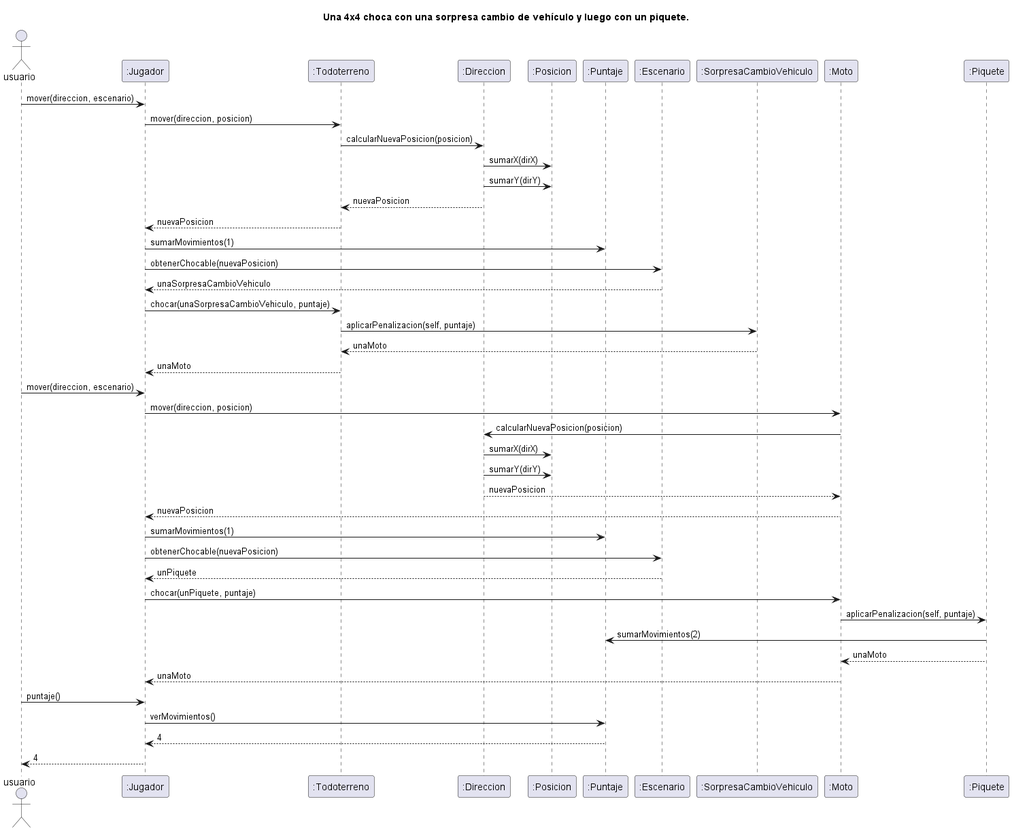
This is diagrams/sequences/todoterreno_choca_cambio_vehiculo_piquete.png from NestorPala/T17-GPSChallenge, a PlantUML export, as it was before one commit. Its source is kept beside it as diagrams/sequences/todoterreno_choca_cambio_vehiculo_piquete.puml. The source it was exported from:
```plantuml
@startuml
title Una 4x4 choca con una sorpresa cambio de vehículo y luego con un piquete.
Actor usuario

"usuario" -> ":Jugador": mover(direccion, escenario)
":Jugador" -> ":Todoterreno": mover(direccion, posicion)
":Todoterreno" -> ":Direccion": calcularNuevaPosicion(posicion)
":Direccion" -> ":Posicion": sumarX(dirX)
":Direccion" -> ":Posicion": sumarY(dirY)
":Direccion" --> ":Todoterreno": nuevaPosicion
":Todoterreno" --> ":Jugador": nuevaPosicion
":Jugador" -> ":Puntaje": sumarMovimientos(1)
":Jugador" -> ":Escenario": obtenerChocable(nuevaPosicion)
":Escenario" --> ":Jugador": unaSorpresaCambioVehiculo
":Jugador" -> ":Todoterreno": chocar(unaSorpresaCambioVehiculo, puntaje)
":Todoterreno" -> ":SorpresaCambioVehiculo": aplicarPenalizacion(self, puntaje)
":SorpresaCambioVehiculo" --> ":Todoterreno" : unaMoto
":Todoterreno" --> ":Jugador" : unaMoto

"usuario" -> ":Jugador": mover(direccion, escenario)
":Jugador" -> ":Moto": mover(direccion, posicion)
":Moto" -> ":Direccion": calcularNuevaPosicion(posicion)
":Direccion" -> ":Posicion": sumarX(dirX)
":Direccion" -> ":Posicion": sumarY(dirY)
":Direccion" --> ":Moto": nuevaPosicion
":Moto" --> ":Jugador": nuevaPosicion
":Jugador" -> ":Puntaje": sumarMovimientos(1)
":Jugador" -> ":Escenario": obtenerChocable(nuevaPosicion)
":Escenario" --> ":Jugador": unPiquete
":Jugador" -> ":Moto": chocar(unPiquete, puntaje)
":Moto" -> ":Piquete": aplicarPenalizacion(self, puntaje)
":Piquete" -> ":Puntaje" : sumarMovimientos(2)
":Piquete" --> ":Moto" : unaMoto
":Moto" --> ":Jugador" : unaMoto

"usuario" -> ":Jugador": puntaje()
":Jugador" -> ":Puntaje": verMovimientos()
return 4
":Jugador" --> "usuario" : 4

@enduml
```
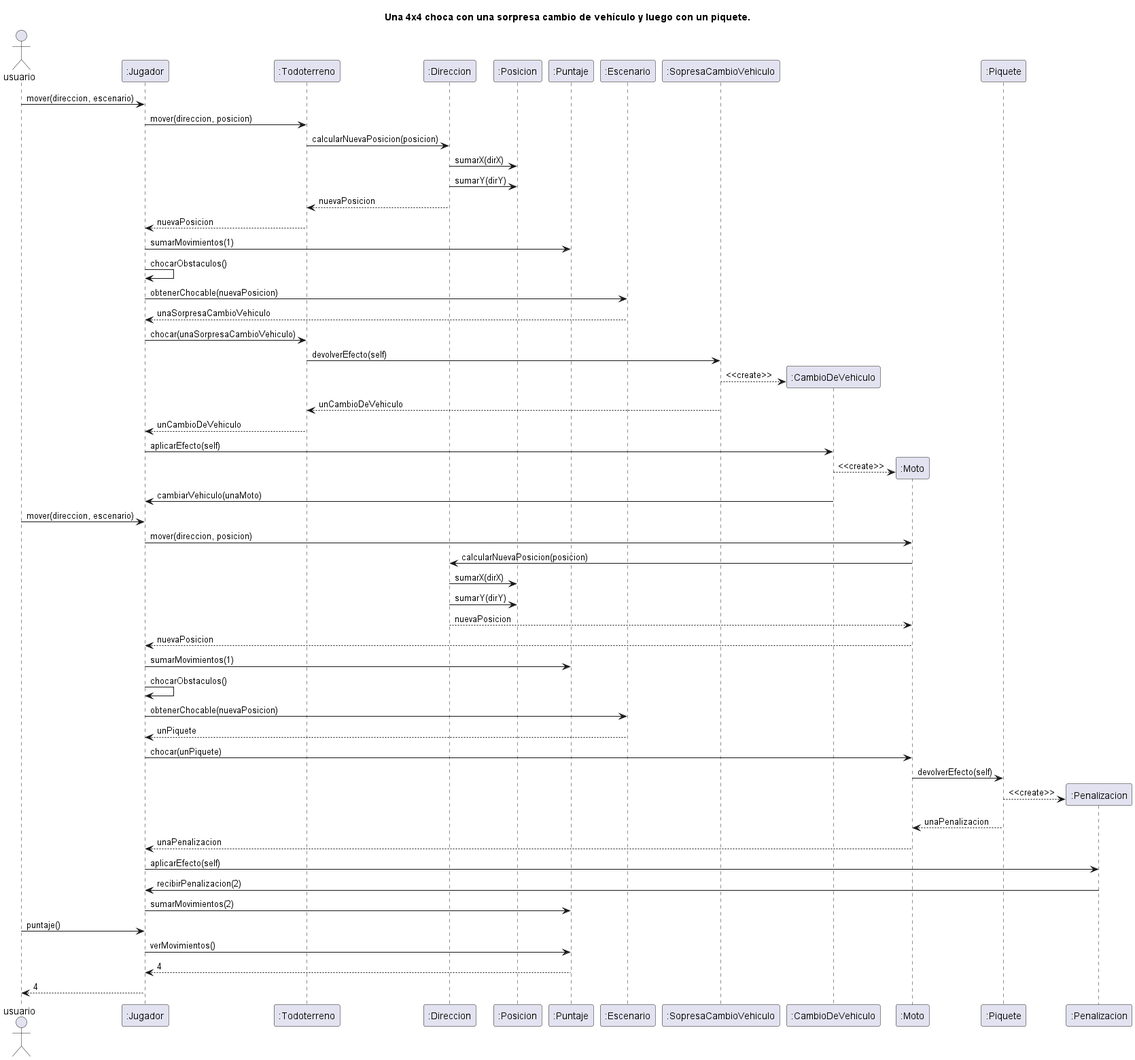
Above is the later version.

Diff of the diagram source:
```diff
@@ -10,12 +10,19 @@
 ":Direccion" --> ":Todoterreno": nuevaPosicion
 ":Todoterreno" --> ":Jugador": nuevaPosicion
 ":Jugador" -> ":Puntaje": sumarMovimientos(1)
+":Jugador" -> ":Jugador": chocarObstaculos()
 ":Jugador" -> ":Escenario": obtenerChocable(nuevaPosicion)
 ":Escenario" --> ":Jugador": unaSorpresaCambioVehiculo
-":Jugador" -> ":Todoterreno": chocar(unaSorpresaCambioVehiculo, puntaje)
-":Todoterreno" -> ":SorpresaCambioVehiculo": aplicarPenalizacion(self, puntaje)
-":SorpresaCambioVehiculo" --> ":Todoterreno" : unaMoto
-":Todoterreno" --> ":Jugador" : unaMoto
+":Jugador" -> ":Todoterreno": chocar(unaSorpresaCambioVehiculo)
+":Todoterreno" -> ":SopresaCambioVehiculo": devolverEfecto(self)
+create ":CambioDeVehiculo"
+":SopresaCambioVehiculo" --> ":CambioDeVehiculo": <<create>>
+":SopresaCambioVehiculo" --> ":Todoterreno" : unCambioDeVehiculo
+":Todoterreno" --> ":Jugador" : unCambioDeVehiculo
+":Jugador" -> ":CambioDeVehiculo" : aplicarEfecto(self)
+create ":Moto"
+":CambioDeVehiculo" --> ":Moto": <<create>>
+":CambioDeVehiculo" -> ":Jugador" : cambiarVehiculo(unaMoto)
 
 "usuario" -> ":Jugador": mover(direccion, escenario)
 ":Jugador" -> ":Moto": mover(direccion, posicion)
@@ -25,13 +32,18 @@
 ":Direccion" --> ":Moto": nuevaPosicion
 ":Moto" --> ":Jugador": nuevaPosicion
 ":Jugador" -> ":Puntaje": sumarMovimientos(1)
+":Jugador" -> ":Jugador": chocarObstaculos()
 ":Jugador" -> ":Escenario": obtenerChocable(nuevaPosicion)
 ":Escenario" --> ":Jugador": unPiquete
-":Jugador" -> ":Moto": chocar(unPiquete, puntaje)
-":Moto" -> ":Piquete": aplicarPenalizacion(self, puntaje)
-":Piquete" -> ":Puntaje" : sumarMovimientos(2)
-":Piquete" --> ":Moto" : unaMoto
-":Moto" --> ":Jugador" : unaMoto
+":Jugador" -> ":Moto": chocar(unPiquete)
+":Moto" -> ":Piquete": devolverEfecto(self)
+create ":Penalizacion"
+":Piquete" --> ":Penalizacion": <<create>>
+":Piquete" --> ":Moto" : unaPenalizacion
+":Moto" --> ":Jugador" : unaPenalizacion
+":Jugador" -> ":Penalizacion" : aplicarEfecto(self)
+":Penalizacion" -> ":Jugador" : recibirPenalizacion(2)
+":Jugador" -> ":Puntaje" : sumarMovimientos(2)
 
 "usuario" -> ":Jugador": puntaje()
 ":Jugador" -> ":Puntaje": verMovimientos()
```
